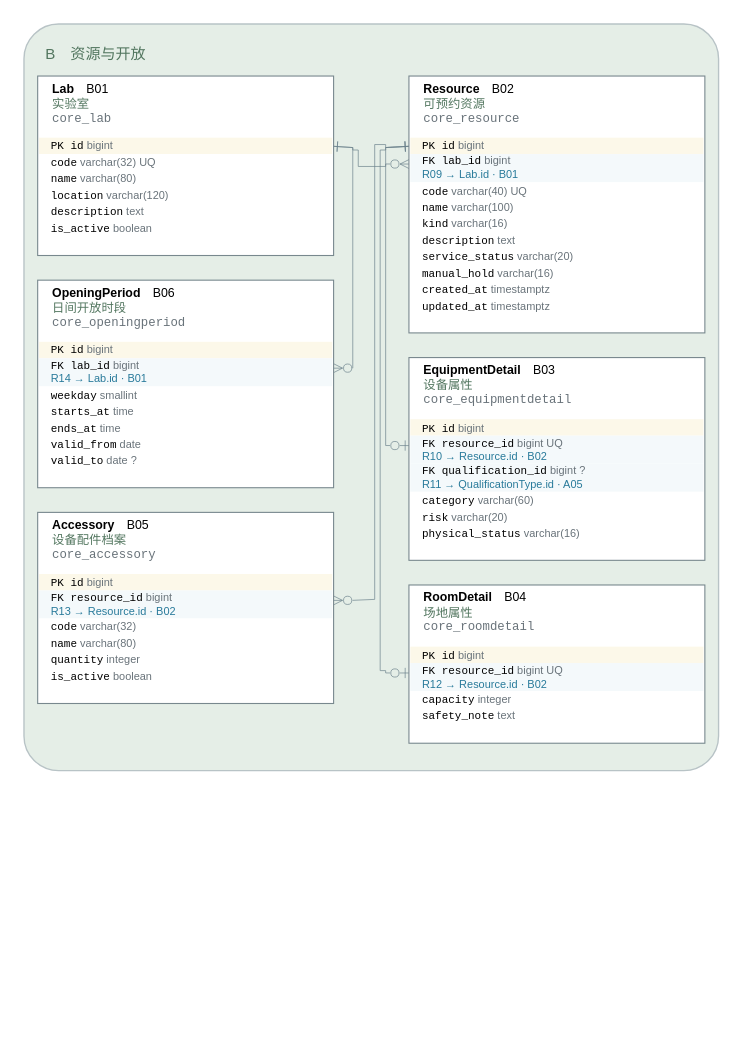
The draw.io diagram models/图形源文件/图D-3-资源与开放ERD.drawio in yvming67-gif/campus-lab-equipment-manager, before the edit. Source tidied: cells renumbered, new cells numbered last; positions are measured from the earlier drawing's top-left corner, leaving out a move shared by most shapes. Both pictures are drawn from the tidied source at 137%, with x=0, y=0 at pixel (23, 23).
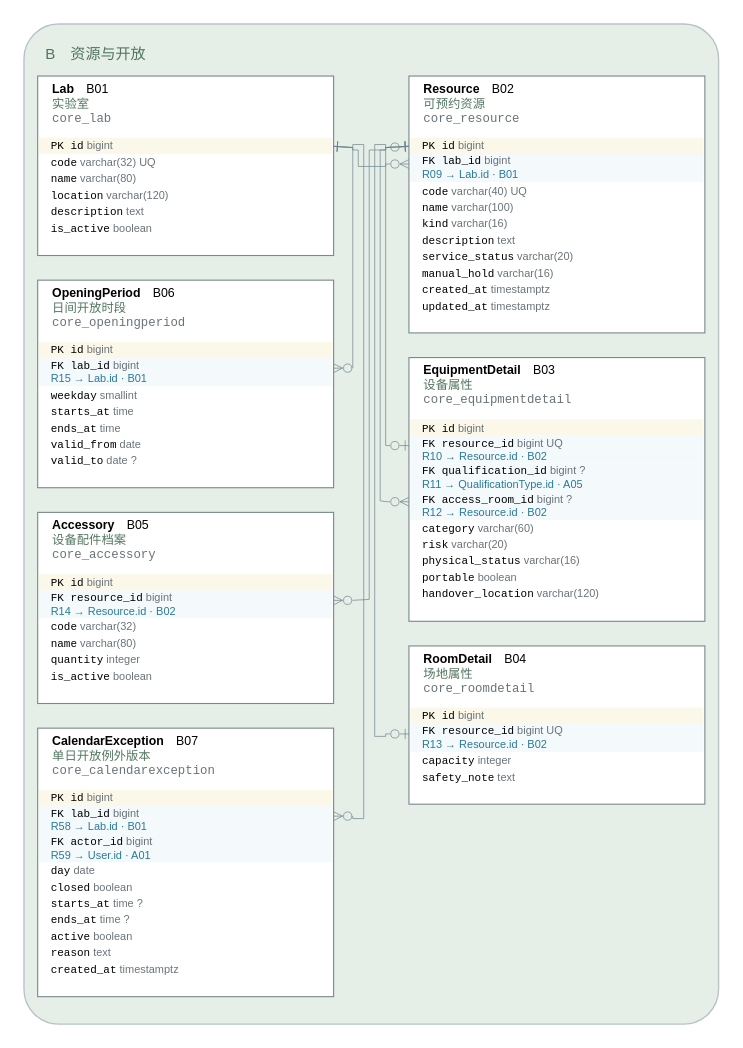
After the change.

Unchanged cells that the change refers to:
```xml
<mxCell id="8" value="&lt;font face='Consolas'&gt;PK id&lt;/font&gt; &lt;font color='#69737a'&gt;bigint&lt;/font&gt;" style="text;html=1;whiteSpace=wrap;fillColor=#fcf8e9;strokeColor=none;align=left;verticalAlign=middle;spacingLeft=7;fontSize=8;fontFamily=Microsoft YaHei;" parent="6" vertex="1">
  <mxGeometry x="1" y="45" width="214" height="12" as="geometry" />
</mxCell>
<mxCell id="14" style="rounded=0;fillColor=#ffffff;strokeColor=#78888e;strokeWidth=0.8;" parent="3" vertex="1">
  <mxGeometry x="10" y="187" width="216" height="151.5" as="geometry" />
</mxCell>
<mxCell id="23" style="rounded=0;fillColor=#ffffff;strokeColor=#78888e;strokeWidth=0.8;" parent="3" vertex="1">
  <mxGeometry x="10" y="356.5" width="216" height="139.5" as="geometry" />
</mxCell>
<mxCell id="33" value="&lt;font face='Consolas'&gt;PK id&lt;/font&gt; &lt;font color='#69737a'&gt;bigint&lt;/font&gt;" style="text;html=1;whiteSpace=wrap;fillColor=#fcf8e9;strokeColor=none;align=left;verticalAlign=middle;spacingLeft=7;fontSize=8;fontFamily=Microsoft YaHei;" parent="31" vertex="1">
  <mxGeometry x="1" y="45" width="214" height="12" as="geometry" />
</mxCell>
<mxCell id="34" value="&lt;font face='Consolas'&gt;FK lab_id&lt;/font&gt; &lt;font color='#69737a'&gt;bigint&lt;/font&gt;&lt;br/&gt;&lt;font color='#287a9a'&gt;R09 → Lab.id · B01&lt;/font&gt;" style="text;html=1;whiteSpace=wrap;fillColor=#f4f9fb;strokeColor=none;align=left;verticalAlign=middle;spacingLeft=7;fontSize=8;fontFamily=Microsoft YaHei;" parent="31" vertex="1">
  <mxGeometry x="1" y="57" width="214" height="20.5" as="geometry" />
</mxCell>
<mxCell id="46" value="&lt;font face='Consolas'&gt;FK resource_id&lt;/font&gt; &lt;font color='#69737a'&gt;bigint UQ&lt;/font&gt;&lt;br/&gt;&lt;font color='#287a9a'&gt;R10 → Resource.id · B02&lt;/font&gt;" style="text;html=1;whiteSpace=wrap;fillColor=#f4f9fb;strokeColor=none;align=left;verticalAlign=middle;spacingLeft=7;fontSize=8;fontFamily=Microsoft YaHei;" parent="43" vertex="1">
  <mxGeometry x="1" y="57" width="214" height="20.5" as="geometry" />
</mxCell>
```

Diff of the diagram source:
```diff
@@
     <mxCell id="5" value="B　资源与开放" style="rounded=1;arcSize=5;whiteSpace=wrap;html=1;fillColor=#e5eee7;strokeColor=#b8c3c6;align=left;verticalAlign=top;spacingTop=9;spacingLeft=14;fontFamily=Microsoft YaHei;fontSize=11;fontColor=#52765f;dashed=0;" parent="1" vertex="1">
-      <mxGeometry width="507" height="545" as="geometry" />
+      <mxGeometry width="507" height="730" as="geometry" />
     </mxCell>
@@
-    <mxCell id="17" value="&lt;font face='Consolas'&gt;FK lab_id&lt;/font&gt; &lt;font color='#69737a'&gt;bigint&lt;/font&gt;&lt;br/&gt;&lt;font color='#287a9a'&gt;R14 → Lab.id · B01&lt;/font&gt;" style="text;html=1;whiteSpace=wrap;fillColor=#f4f9fb;strokeColor=none;align=left;verticalAlign=middle;spacingLeft=7;fontSize=8;fontFamily=Microsoft YaHei;" parent="14" vertex="1">
+    <mxCell id="17" value="&lt;font face='Consolas'&gt;FK lab_id&lt;/font&gt; &lt;font color='#69737a'&gt;bigint&lt;/font&gt;&lt;br/&gt;&lt;font color='#287a9a'&gt;R15 → Lab.id · B01&lt;/font&gt;" style="text;html=1;whiteSpace=wrap;fillColor=#f4f9fb;strokeColor=none;align=left;verticalAlign=middle;spacingLeft=7;fontSize=8;fontFamily=Microsoft YaHei;" parent="14" vertex="1">
       <mxGeometry x="1" y="57" width="214" height="20.5" as="geometry" />
     </mxCell>
@@
-    <mxCell id="26" value="&lt;font face='Consolas'&gt;FK resource_id&lt;/font&gt; &lt;font color='#69737a'&gt;bigint&lt;/font&gt;&lt;br/&gt;&lt;font color='#287a9a'&gt;R13 → Resource.id · B02&lt;/font&gt;" style="text;html=1;whiteSpace=wrap;fillColor=#f4f9fb;strokeColor=none;align=left;verticalAlign=middle;spacingLeft=7;fontSize=8;fontFamily=Microsoft YaHei;" parent="23" vertex="1">
+    <mxCell id="26" value="&lt;font face='Consolas'&gt;FK resource_id&lt;/font&gt; &lt;font color='#69737a'&gt;bigint&lt;/font&gt;&lt;br/&gt;&lt;font color='#287a9a'&gt;R14 → Resource.id · B02&lt;/font&gt;" style="text;html=1;whiteSpace=wrap;fillColor=#f4f9fb;strokeColor=none;align=left;verticalAlign=middle;spacingLeft=7;fontSize=8;fontFamily=Microsoft YaHei;" parent="23" vertex="1">
       <mxGeometry x="1" y="57" width="214" height="20.5" as="geometry" />
     </mxCell>
@@
+    <mxCell id="62" style="rounded=0;fillColor=#ffffff;strokeColor=#78888e;strokeWidth=0.8;" parent="3" vertex="1">
+      <mxGeometry x="10" y="514" width="216" height="196" as="geometry" />
+    </mxCell>
+    <mxCell id="63" value="&lt;b&gt;CalendarException&lt;/b&gt;　B07&lt;br/&gt;&lt;font color='#52765f'&gt;单日开放例外版本&lt;/font&gt;&lt;br/&gt;&lt;font color='#69737a' face='Consolas'&gt;core_calendarexception&lt;/font&gt;" style="text;html=1;whiteSpace=wrap;fillColor=none;strokeColor=none;align=left;verticalAlign=middle;spacingLeft=9;fontSize=9;fontFamily=Microsoft YaHei;" parent="62" vertex="1">
+      <mxGeometry width="216" height="41" as="geometry" />
+    </mxCell>
+    <mxCell id="64" value="&lt;font face='Consolas'&gt;PK id&lt;/font&gt; &lt;font color='#69737a'&gt;bigint&lt;/font&gt;" style="text;html=1;whiteSpace=wrap;fillColor=#fcf8e9;strokeColor=none;align=left;verticalAlign=middle;spacingLeft=7;fontSize=8;fontFamily=Microsoft YaHei;" parent="62" vertex="1">
+      <mxGeometry x="1" y="45" width="214" height="12" as="geometry" />
+    </mxCell>
+    <mxCell id="65" value="&lt;font face='Consolas'&gt;FK lab_id&lt;/font&gt; &lt;font color='#69737a'&gt;bigint&lt;/font&gt;&lt;br/&gt;&lt;font color='#287a9a'&gt;R58 → Lab.id · B01&lt;/font&gt;" style="text;html=1;whiteSpace=wrap;fillColor=#f4f9fb;strokeColor=none;align=left;verticalAlign=middle;spacingLeft=7;fontSize=8;fontFamily=Microsoft YaHei;" parent="62" vertex="1">
+      <mxGeometry x="1" y="57" width="214" height="20.5" as="geometry" />
+    </mxCell>
+    <mxCell id="66" value="&lt;font face='Consolas'&gt;FK actor_id&lt;/font&gt; &lt;font color='#69737a'&gt;bigint&lt;/font&gt;&lt;br/&gt;&lt;font color='#287a9a'&gt;R59 → User.id · A01&lt;/font&gt;" style="text;html=1;whiteSpace=wrap;fillColor=#f4f9fb;strokeColor=none;align=left;verticalAlign=middle;spacingLeft=7;fontSize=8;fontFamily=Microsoft YaHei;" parent="62" vertex="1">
+      <mxGeometry x="1" y="77.5" width="214" height="20.5" as="geometry" />
+    </mxCell>
+    <mxCell id="67" value="&lt;font face='Consolas'&gt;day&lt;/font&gt; &lt;font color='#69737a'&gt;date&lt;/font&gt;" style="text;html=1;whiteSpace=wrap;fillColor=#ffffff;strokeColor=none;align=left;verticalAlign=middle;spacingLeft=7;fontSize=8;fontFamily=Microsoft YaHei;" parent="62" vertex="1">
+      <mxGeometry x="1" y="98" width="214" height="12" as="geometry" />
+    </mxCell>
+    <mxCell id="68" value="&lt;font face='Consolas'&gt;closed&lt;/font&gt; &lt;font color='#69737a'&gt;boolean&lt;/font&gt;" style="text;html=1;whiteSpace=wrap;fillColor=#ffffff;strokeColor=none;align=left;verticalAlign=middle;spacingLeft=7;fontSize=8;fontFamily=Microsoft YaHei;" parent="62" vertex="1">
+      <mxGeometry x="1" y="110" width="214" height="12" as="geometry" />
+    </mxCell>
+    <mxCell id="69" value="&lt;font face='Consolas'&gt;starts_at&lt;/font&gt; &lt;font color='#69737a'&gt;time ?&lt;/font&gt;" style="text;html=1;whiteSpace=wrap;fillColor=#ffffff;strokeColor=none;align=left;verticalAlign=middle;spacingLeft=7;fontSize=8;fontFamily=Microsoft YaHei;" parent="62" vertex="1">
+      <mxGeometry x="1" y="122" width="214" height="12" as="geometry" />
+    </mxCell>
+    <mxCell id="70" value="&lt;font face='Consolas'&gt;ends_at&lt;/font&gt; &lt;font color='#69737a'&gt;time ?&lt;/font&gt;" style="text;html=1;whiteSpace=wrap;fillColor=#ffffff;strokeColor=none;align=left;verticalAlign=middle;spacingLeft=7;fontSize=8;fontFamily=Microsoft YaHei;" parent="62" vertex="1">
+      <mxGeometry x="1" y="134" width="214" height="12" as="geometry" />
+    </mxCell>
+    <mxCell id="71" value="&lt;font face='Consolas'&gt;active&lt;/font&gt; &lt;font color='#69737a'&gt;boolean&lt;/font&gt;" style="text;html=1;whiteSpace=wrap;fillColor=#ffffff;strokeColor=none;align=left;verticalAlign=middle;spacingLeft=7;fontSize=8;fontFamily=Microsoft YaHei;" parent="62" vertex="1">
+      <mxGeometry x="1" y="146" width="214" height="12" as="geometry" />
+    </mxCell>
+    <mxCell id="72" value="&lt;font face='Consolas'&gt;reason&lt;/font&gt; &lt;font color='#69737a'&gt;text&lt;/font&gt;" style="text;html=1;whiteSpace=wrap;fillColor=#ffffff;strokeColor=none;align=left;verticalAlign=middle;spacingLeft=7;fontSize=8;fontFamily=Microsoft YaHei;" parent="62" vertex="1">
+      <mxGeometry x="1" y="158" width="214" height="12" as="geometry" />
+    </mxCell>
+    <mxCell id="73" value="&lt;font face='Consolas'&gt;created_at&lt;/font&gt; &lt;font color='#69737a'&gt;timestamptz&lt;/font&gt;" style="text;html=1;whiteSpace=wrap;fillColor=#ffffff;strokeColor=none;align=left;verticalAlign=middle;spacingLeft=7;fontSize=8;fontFamily=Microsoft YaHei;" parent="62" vertex="1">
+      <mxGeometry x="1" y="170" width="214" height="12" as="geometry" />
+    </mxCell>
@@
     <mxCell id="43" style="rounded=0;fillColor=#ffffff;strokeColor=#78888e;strokeWidth=0.8;" parent="3" vertex="1">
-      <mxGeometry x="281" y="243.5" width="216" height="148" as="geometry" />
+      <mxGeometry x="281" y="243.5" width="216" height="192.5" as="geometry" />
     </mxCell>
@@
+    <mxCell id="74" value="&lt;font face='Consolas'&gt;FK access_room_id&lt;/font&gt; &lt;font color='#69737a'&gt;bigint ?&lt;/font&gt;&lt;br/&gt;&lt;font color='#287a9a'&gt;R12 → Resource.id · B02&lt;/font&gt;" style="text;html=1;whiteSpace=wrap;fillColor=#f4f9fb;strokeColor=none;align=left;verticalAlign=middle;spacingLeft=7;fontSize=8;fontFamily=Microsoft YaHei;" parent="43" vertex="1">
+      <mxGeometry x="1" y="98" width="214" height="20.5" as="geometry" />
+    </mxCell>
     <mxCell id="48" value="&lt;font face='Consolas'&gt;category&lt;/font&gt; &lt;font color='#69737a'&gt;varchar(60)&lt;/font&gt;" style="text;html=1;whiteSpace=wrap;fillColor=#ffffff;strokeColor=none;align=left;verticalAlign=middle;spacingLeft=7;fontSize=8;fontFamily=Microsoft YaHei;" parent="43" vertex="1">
-      <mxGeometry x="1" y="98" width="214" height="12" as="geometry" />
+      <mxGeometry x="1" y="118.5" width="214" height="12" as="geometry" />
     </mxCell>
     <mxCell id="49" value="&lt;font face='Consolas'&gt;risk&lt;/font&gt; &lt;font color='#69737a'&gt;varchar(20)&lt;/font&gt;" style="text;html=1;whiteSpace=wrap;fillColor=#ffffff;strokeColor=none;align=left;verticalAlign=middle;spacingLeft=7;fontSize=8;fontFamily=Microsoft YaHei;" parent="43" vertex="1">
-      <mxGeometry x="1" y="110" width="214" height="12" as="geometry" />
+      <mxGeometry x="1" y="130.5" width="214" height="12" as="geometry" />
     </mxCell>
     <mxCell id="50" value="&lt;font face='Consolas'&gt;physical_status&lt;/font&gt; &lt;font color='#69737a'&gt;varchar(16)&lt;/font&gt;" style="text;html=1;whiteSpace=wrap;fillColor=#ffffff;strokeColor=none;align=left;verticalAlign=middle;spacingLeft=7;fontSize=8;fontFamily=Microsoft YaHei;" parent="43" vertex="1">
-      <mxGeometry x="1" y="122" width="214" height="12" as="geometry" />
+      <mxGeometry x="1" y="142.5" width="214" height="12" as="geometry" />
     </mxCell>
+    <mxCell id="75" value="&lt;font face='Consolas'&gt;portable&lt;/font&gt; &lt;font color='#69737a'&gt;boolean&lt;/font&gt;" style="text;html=1;whiteSpace=wrap;fillColor=#ffffff;strokeColor=none;align=left;verticalAlign=middle;spacingLeft=7;fontSize=8;fontFamily=Microsoft YaHei;" parent="43" vertex="1">
+      <mxGeometry x="1" y="154.5" width="214" height="12" as="geometry" />
+    </mxCell>
+    <mxCell id="76" value="&lt;font face='Consolas'&gt;handover_location&lt;/font&gt; &lt;font color='#69737a'&gt;varchar(120)&lt;/font&gt;" style="text;html=1;whiteSpace=wrap;fillColor=#ffffff;strokeColor=none;align=left;verticalAlign=middle;spacingLeft=7;fontSize=8;fontFamily=Microsoft YaHei;" parent="43" vertex="1">
+      <mxGeometry x="1" y="166.5" width="214" height="12" as="geometry" />
+    </mxCell>
     <mxCell id="51" style="rounded=0;fillColor=#ffffff;strokeColor=#78888e;strokeWidth=0.8;" parent="3" vertex="1">
-      <mxGeometry x="281" y="409.5" width="216" height="115.5" as="geometry" />
+      <mxGeometry x="281" y="454" width="216" height="115.5" as="geometry" />
     </mxCell>
@@
-    <mxCell id="54" value="&lt;font face='Consolas'&gt;FK resource_id&lt;/font&gt; &lt;font color='#69737a'&gt;bigint UQ&lt;/font&gt;&lt;br/&gt;&lt;font color='#287a9a'&gt;R12 → Resource.id · B02&lt;/font&gt;" style="text;html=1;whiteSpace=wrap;fillColor=#f4f9fb;strokeColor=none;align=left;verticalAlign=middle;spacingLeft=7;fontSize=8;fontFamily=Microsoft YaHei;" parent="51" vertex="1">
+    <mxCell id="54" value="&lt;font face='Consolas'&gt;FK resource_id&lt;/font&gt; &lt;font color='#69737a'&gt;bigint UQ&lt;/font&gt;&lt;br/&gt;&lt;font color='#287a9a'&gt;R13 → Resource.id · B02&lt;/font&gt;" style="text;html=1;whiteSpace=wrap;fillColor=#f4f9fb;strokeColor=none;align=left;verticalAlign=middle;spacingLeft=7;fontSize=8;fontFamily=Microsoft YaHei;" parent="51" vertex="1">
       <mxGeometry x="1" y="57" width="214" height="20.5" as="geometry" />
     </mxCell>
@@
+    <mxCell id="77" style="edgeStyle=orthogonalEdgeStyle;rounded=0;html=1;strokeWidth=0.5;strokeColor=#6b818c;startArrow=ERzeroToMany;endArrow=ERone;startFill=0;endFill=0;exitX=1;exitY=0.3531707317073171;exitDx=0;exitDy=0;entryX=1;entryY=0.52;entryDx=0;entryDy=0;dashed=0;" parent="2" edge="1" source="17" target="8">
+      <mxGeometry relative="1" as="geometry">
+        <Array as="points">
+          <mxPoint x="240" y="251.2" />
+          <mxPoint x="240" y="90.2" />
+        </Array>
+      </mxGeometry>
+    </mxCell>
+    <mxCell id="58" style="edgeStyle=orthogonalEdgeStyle;rounded=0;html=1;strokeWidth=0.5;strokeColor=#6b818c;startArrow=ERzeroToOne;endArrow=ERone;startFill=0;endFill=0;exitX=0;exitY=0.3531707317073171;exitDx=0;exitDy=0;entryX=0;entryY=0.52;entryDx=0;entryDy=0;dashed=0;" parent="2" edge="1" source="46" target="33">
+      <mxGeometry relative="1" as="geometry">
+        <Array as="points">
+          <mxPoint x="264" y="307.7" />
+          <mxPoint x="264" y="90.2" />
+        </Array>
+      </mxGeometry>
+    </mxCell>
+    <mxCell id="60" style="edgeStyle=orthogonalEdgeStyle;rounded=0;html=1;strokeWidth=0.5;strokeColor=#6b818c;startArrow=ERzeroToMany;endArrow=ERzeroToOne;startFill=0;endFill=0;exitX=0;exitY=0.3531707317073171;exitDx=0;exitDy=0;entryX=0;entryY=0.52;entryDx=0;entryDy=0;dashed=0;" parent="2" edge="1" source="74" target="33">
+      <mxGeometry relative="1" as="geometry">
+        <Array as="points">
+          <mxPoint x="264" y="348.7" />
+          <mxPoint x="264" y="348" />
+          <mxPoint x="260" y="348" />
+          <mxPoint x="260" y="92" />
+          <mxPoint x="264" y="92" />
+          <mxPoint x="264" y="90.2" />
+        </Array>
+      </mxGeometry>
+    </mxCell>
+    <mxCell id="59" style="edgeStyle=orthogonalEdgeStyle;rounded=0;html=1;strokeWidth=0.5;strokeColor=#6b818c;startArrow=ERzeroToMany;endArrow=ERone;startFill=0;endFill=0;exitX=0;exitY=0.3531707317073171;exitDx=0;exitDy=0;entryX=1;entryY=0.52;entryDx=0;entryDy=0;dashed=0;" parent="2" edge="1" source="34" target="8">
+      <mxGeometry relative="1" as="geometry">
+        <Array as="points">
+          <mxPoint x="264" y="102.2" />
+          <mxPoint x="264" y="104" />
+          <mxPoint x="244" y="104" />
+          <mxPoint x="244" y="92" />
+          <mxPoint x="240" y="92" />
+          <mxPoint x="240" y="90.2" />
+        </Array>
+      </mxGeometry>
+    </mxCell>
+    <mxCell id="61" style="edgeStyle=orthogonalEdgeStyle;rounded=0;html=1;strokeWidth=0.5;strokeColor=#6b818c;startArrow=ERzeroToOne;endArrow=ERone;startFill=0;endFill=0;exitX=0;exitY=0.3531707317073171;exitDx=0;exitDy=0;entryX=0;entryY=0.52;entryDx=0;entryDy=0;dashed=0;" parent="2" edge="1" source="54" target="33">
+      <mxGeometry relative="1" as="geometry">
+        <Array as="points">
+          <mxPoint x="264" y="518.2" />
+          <mxPoint x="264" y="520" />
+          <mxPoint x="256" y="520" />
+          <mxPoint x="256" y="88" />
+          <mxPoint x="264" y="88" />
+          <mxPoint x="264" y="90.2" />
+        </Array>
+      </mxGeometry>
+    </mxCell>
+    <mxCell id="78" style="edgeStyle=orthogonalEdgeStyle;rounded=0;html=1;strokeWidth=0.5;strokeColor=#6b818c;startArrow=ERzeroToMany;endArrow=ERone;startFill=0;endFill=0;exitX=1;exitY=0.3531707317073171;exitDx=0;exitDy=0;entryX=1;entryY=0.52;entryDx=0;entryDy=0;dashed=0;" parent="2" edge="1" source="65" target="8">
+      <mxGeometry relative="1" as="geometry">
+        <Array as="points">
+          <mxPoint x="240" y="578.2" />
+          <mxPoint x="240" y="580" />
+          <mxPoint x="248" y="580" />
+          <mxPoint x="248" y="88" />
+          <mxPoint x="240" y="88" />
+          <mxPoint x="240" y="90.2" />
+        </Array>
+      </mxGeometry>
+    </mxCell>
-    <mxCell id="57" style="edgeStyle=orthogonalEdgeStyle;rounded=0;html=1;strokeWidth=0.5;strokeColor=#6b818c;startArrow=ERzeroToMany;endArrow=ERone;startFill=0;endFill=0;exitX=1;exitY=0.3531707317073171;exitDx=0;exitDy=0;entryX=1;entryY=0.52;entryDx=0;entryDy=0;dashed=0;" parent="2" edge="1" source="17" target="8">
+    <mxCell id="57" style="edgeStyle=orthogonalEdgeStyle;rounded=0;html=1;strokeWidth=0.5;strokeColor=#6b818c;startArrow=ERzeroToMany;endArrow=ERone;startFill=0;endFill=0;exitX=1;exitY=0.3531707317073171;exitDx=0;exitDy=0;entryX=0;entryY=0.52;entryDx=0;entryDy=0;dashed=0;" parent="2" edge="1" source="26" target="33">
       <mxGeometry relative="1" as="geometry">
         <Array as="points">
-          <mxPoint x="240" y="251.2" />
-          <mxPoint x="240" y="90.2" />
+          <mxPoint x="240" y="420.7" />
+          <mxPoint x="240" y="420" />
+          <mxPoint x="252" y="420" />
+          <mxPoint x="252" y="92" />
+          <mxPoint x="264" y="92" />
+          <mxPoint x="264" y="90.2" />
         </Array>
       </mxGeometry>
     </mxCell>
-    <mxCell id="58" style="edgeStyle=orthogonalEdgeStyle;rounded=0;html=1;strokeWidth=0.5;strokeColor=#6b818c;startArrow=ERzeroToOne;endArrow=ERone;startFill=0;endFill=0;exitX=0;exitY=0.3531707317073171;exitDx=0;exitDy=0;entryX=0;entryY=0.52;entryDx=0;entryDy=0;dashed=0;" parent="2" edge="1" source="46" target="33">
-      <mxGeometry relative="1" as="geometry">
-        <Array as="points">
-          <mxPoint x="264" y="307.7" />
-          <mxPoint x="264" y="90.2" />
-        </Array>
-      </mxGeometry>
-    </mxCell>
-    <mxCell id="59" style="edgeStyle=orthogonalEdgeStyle;rounded=0;html=1;strokeWidth=0.5;strokeColor=#6b818c;startArrow=ERzeroToMany;endArrow=ERone;startFill=0;endFill=0;exitX=0;exitY=0.3531707317073171;exitDx=0;exitDy=0;entryX=1;entryY=0.52;entryDx=0;entryDy=0;dashed=0;" parent="2" edge="1" source="34" target="8">
-      <mxGeometry relative="1" as="geometry">
-        <Array as="points">
-          <mxPoint x="264" y="102.2" />
-          <mxPoint x="264" y="104" />
-          <mxPoint x="244" y="104" />
-          <mxPoint x="244" y="92" />
-          <mxPoint x="240" y="92" />
-          <mxPoint x="240" y="90.2" />
-        </Array>
-      </mxGeometry>
-    </mxCell>
-    <mxCell id="60" style="edgeStyle=orthogonalEdgeStyle;rounded=0;html=1;strokeWidth=0.5;strokeColor=#6b818c;startArrow=ERzeroToOne;endArrow=ERone;startFill=0;endFill=0;exitX=0;exitY=0.3531707317073171;exitDx=0;exitDy=0;entryX=0;entryY=0.52;entryDx=0;entryDy=0;dashed=0;" parent="2" edge="1" source="54" target="33">
-      <mxGeometry relative="1" as="geometry">
-        <Array as="points">
-          <mxPoint x="264" y="473.7" />
-          <mxPoint x="264" y="472" />
-          <mxPoint x="260" y="472" />
-          <mxPoint x="260" y="92" />
-          <mxPoint x="264" y="92" />
-          <mxPoint x="264" y="90.2" />
-        </Array>
-      </mxGeometry>
-    </mxCell>
-    <mxCell id="61" style="edgeStyle=orthogonalEdgeStyle;rounded=0;html=1;strokeWidth=0.5;strokeColor=#6b818c;startArrow=ERzeroToMany;endArrow=ERone;startFill=0;endFill=0;exitX=1;exitY=0.3531707317073171;exitDx=0;exitDy=0;entryX=0;entryY=0.52;entryDx=0;entryDy=0;dashed=0;" parent="2" edge="1" source="26" target="33">
-      <mxGeometry relative="1" as="geometry">
-        <Array as="points">
-          <mxPoint x="240" y="420.7" />
-          <mxPoint x="240" y="420" />
-          <mxPoint x="256" y="420" />
-          <mxPoint x="256" y="88" />
-          <mxPoint x="264" y="88" />
-          <mxPoint x="264" y="90.2" />
-        </Array>
-      </mxGeometry>
-    </mxCell>
```
